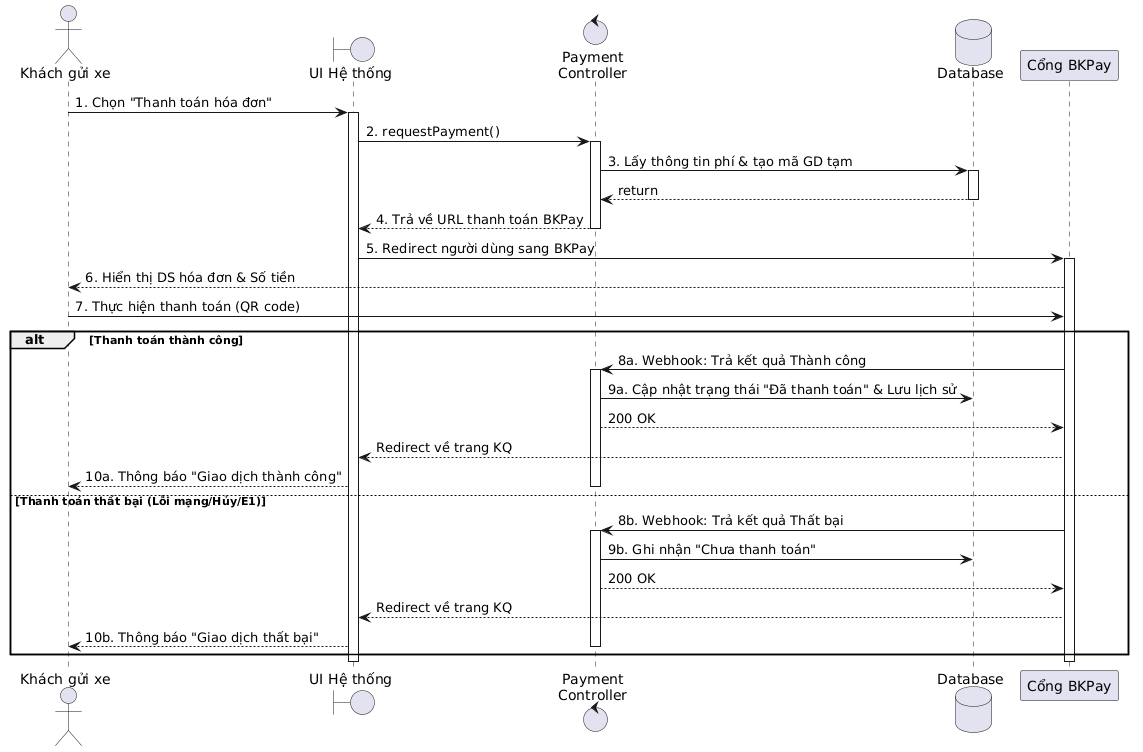
The PlantUML diagram LaTex/pictures/seq_thanhtoanhoadon.png in KTX-0711/Software-Engineering-Assignment-HK252, before a commit. The source it was exported from:
```plantuml
@startuml
actor "Khách gửi xe" as User
boundary "UI Hệ thống" as UI
control "Payment\nController" as Server
database "Database" as DB
participant "Cổng BKPay" as BKPay

User -> UI : 1. Chọn "Thanh toán hóa đơn"
activate UI

UI -> Server : 2. requestPayment()
activate Server

Server -> DB : 3. Lấy thông tin phí & tạo mã GD tạm
activate DB
DB --> Server : return
deactivate DB

Server --> UI : 4. Trả về URL thanh toán BKPay
deactivate Server

UI -> BKPay : 5. Redirect người dùng sang BKPay
activate BKPay
BKPay --> User : 6. Hiển thị DS hóa đơn & Số tiền
User -> BKPay : 7. Thực hiện thanh toán (QR code)

alt Thanh toán thành công
    BKPay -> Server : 8a. Webhook: Trả kết quả Thành công
    activate Server
    Server -> DB : 9a. Cập nhật trạng thái "Đã thanh toán" & Lưu lịch sử
    Server --> BKPay : 200 OK
    BKPay --> UI : Redirect về trang KQ
    UI --> User : 10a. Thông báo "Giao dịch thành công"
    deactivate Server

else Thanh toán thất bại (Lỗi mạng/Hủy/E1)
    BKPay -> Server : 8b. Webhook: Trả kết quả Thất bại
    activate Server
    Server -> DB : 9b. Ghi nhận "Chưa thanh toán"
    Server --> BKPay : 200 OK
    BKPay --> UI : Redirect về trang KQ
    UI --> User : 10b. Thông báo "Giao dịch thất bại"
    deactivate Server
end
deactivate BKPay
deactivate UI
@enduml
```
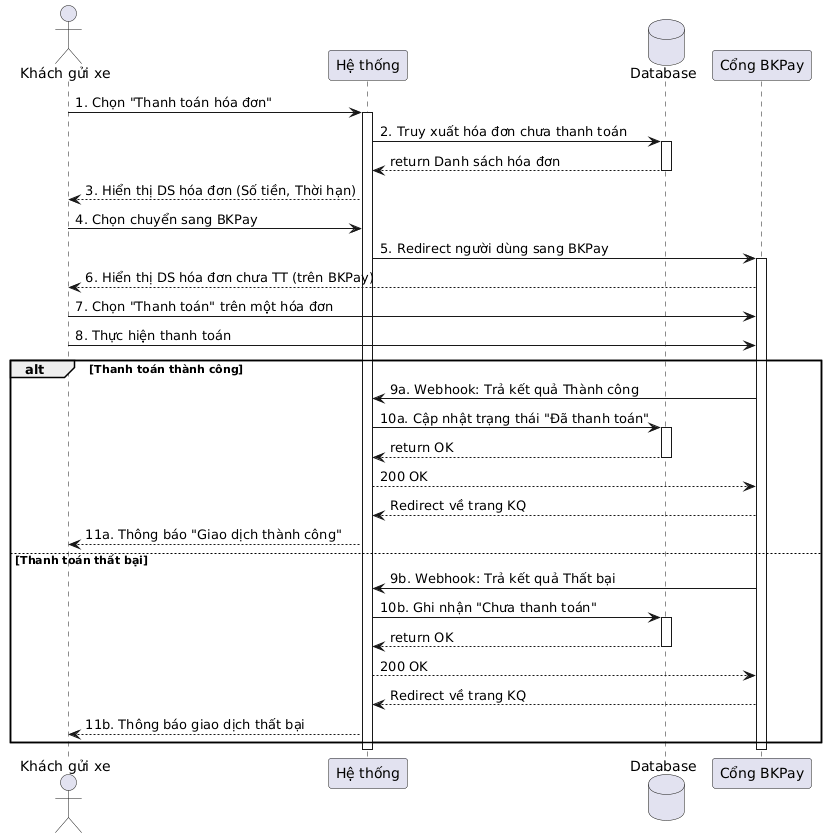
After the change.

Commit message:
seq diagram payment

Change to the diagram source:
```diff
@@ -1,47 +1,52 @@
 @startuml
 actor "Khách gửi xe" as User
-boundary "UI Hệ thống" as UI
-control "Payment\nController" as Server
+participant "Hệ thống" as System
 database "Database" as DB
 participant "Cổng BKPay" as BKPay
 
-User -> UI : 1. Chọn "Thanh toán hóa đơn"
-activate UI
+User -> System : 1. Chọn "Thanh toán hóa đơn"
+activate System
 
-UI -> Server : 2. requestPayment()
-activate Server
-
-Server -> DB : 3. Lấy thông tin phí & tạo mã GD tạm
+System -> DB : 2. Truy xuất hóa đơn chưa thanh toán
 activate DB
-DB --> Server : return
+DB --> System : return Danh sách hóa đơn
 deactivate DB
 
-Server --> UI : 4. Trả về URL thanh toán BKPay
-deactivate Server
+System --> User : 3. Hiển thị DS hóa đơn (Số tiền, Thời hạn)
 
-UI -> BKPay : 5. Redirect người dùng sang BKPay
+User -> System : 4. Chọn chuyển sang BKPay
+System -> BKPay : 5. Redirect người dùng sang BKPay
 activate BKPay
-BKPay --> User : 6. Hiển thị DS hóa đơn & Số tiền
-User -> BKPay : 7. Thực hiện thanh toán (QR code)
+
+BKPay --> User : 6. Hiển thị DS hóa đơn chưa TT (trên BKPay)
+User -> BKPay : 7. Chọn "Thanh toán" trên một hóa đơn
+User -> BKPay : 8. Thực hiện thanh toán
 
 alt Thanh toán thành công
-    BKPay -> Server : 8a. Webhook: Trả kết quả Thành công
-    activate Server
-    Server -> DB : 9a. Cập nhật trạng thái "Đã thanh toán" & Lưu lịch sử
-    Server --> BKPay : 200 OK
-    BKPay --> UI : Redirect về trang KQ
-    UI --> User : 10a. Thông báo "Giao dịch thành công"
-    deactivate Server
+    BKPay -> System : 9a. Webhook: Trả kết quả Thành công
 
-else Thanh toán thất bại (Lỗi mạng/Hủy/E1)
-    BKPay -> Server : 8b. Webhook: Trả kết quả Thất bại
-    activate Server
-    Server -> DB : 9b. Ghi nhận "Chưa thanh toán"
-    Server --> BKPay : 200 OK
-    BKPay --> UI : Redirect về trang KQ
-    UI --> User : 10b. Thông báo "Giao dịch thất bại"
-    deactivate Server
+    System -> DB : 10a. Cập nhật trạng thái "Đã thanh toán"
+    activate DB
+    DB --> System : return OK
+    deactivate DB
+
+    System --> BKPay : 200 OK
+    BKPay --> System : Redirect về trang KQ
+    System --> User : 11a. Thông báo "Giao dịch thành công"
+
+else Thanh toán thất bại
+    BKPay -> System : 9b. Webhook: Trả kết quả Thất bại
+
+    System -> DB : 10b. Ghi nhận "Chưa thanh toán"
+    activate DB
+    DB --> System : return OK
+    deactivate DB
+
+    System --> BKPay : 200 OK
+    BKPay --> System : Redirect về trang KQ
+    System --> User : 11b. Thông báo giao dịch thất bại
 end
+
 deactivate BKPay
-deactivate UI
+deactivate System
 @enduml
```
